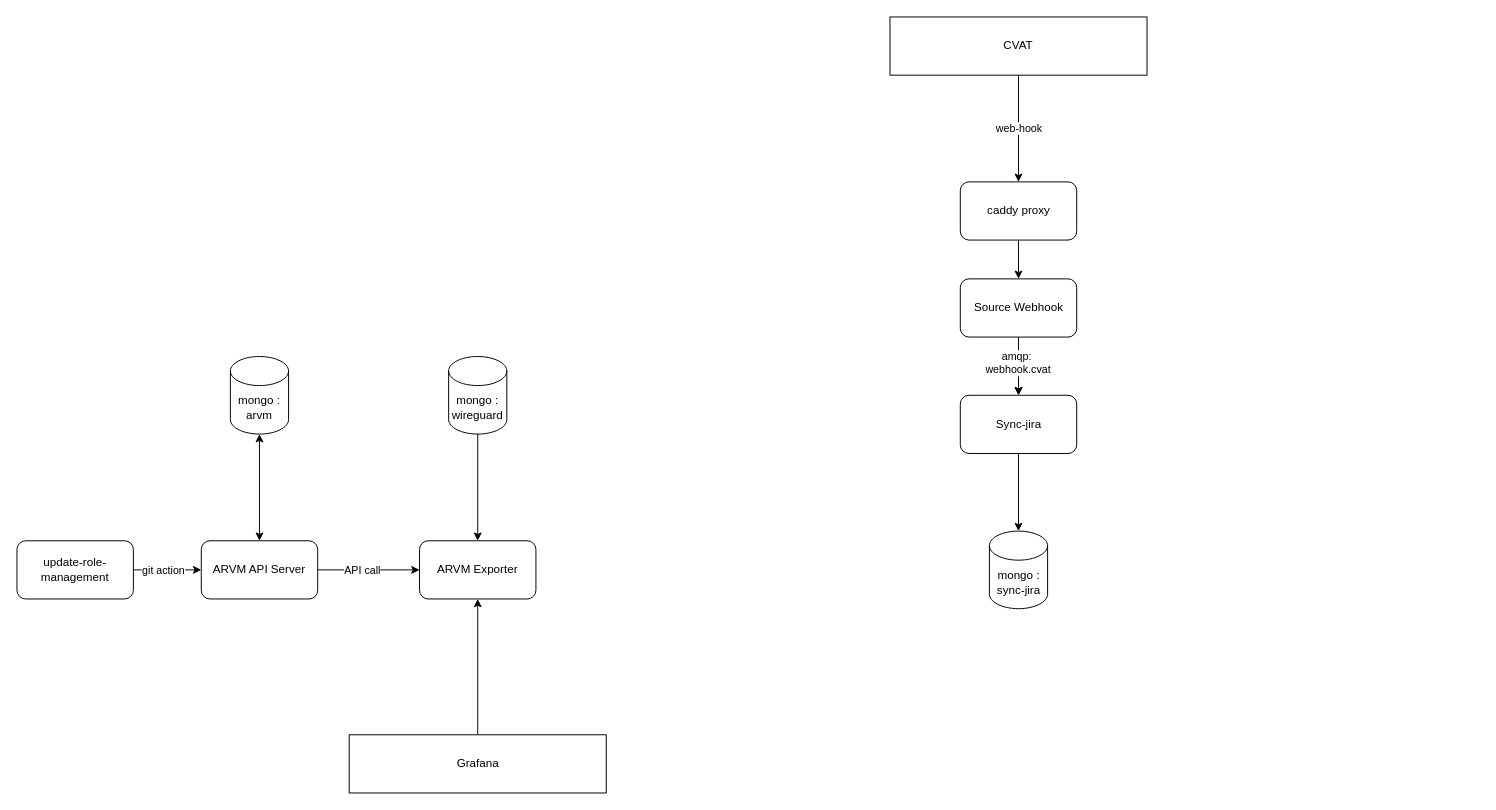
ChanYoungHan/EX.Materials keeps this draw.io diagram as page "Page-1" (1 of 2) of Untitled Diagram.drawio. Above is the earlier version. Source tidied: cells renumbered, new cells numbered last; positions are measured from the earlier drawing's top-left corner, leaving out a move shared by most shapes. Both pictures are drawn from the tidied source at 97%, with x=0, y=0 at pixel (16, 16).
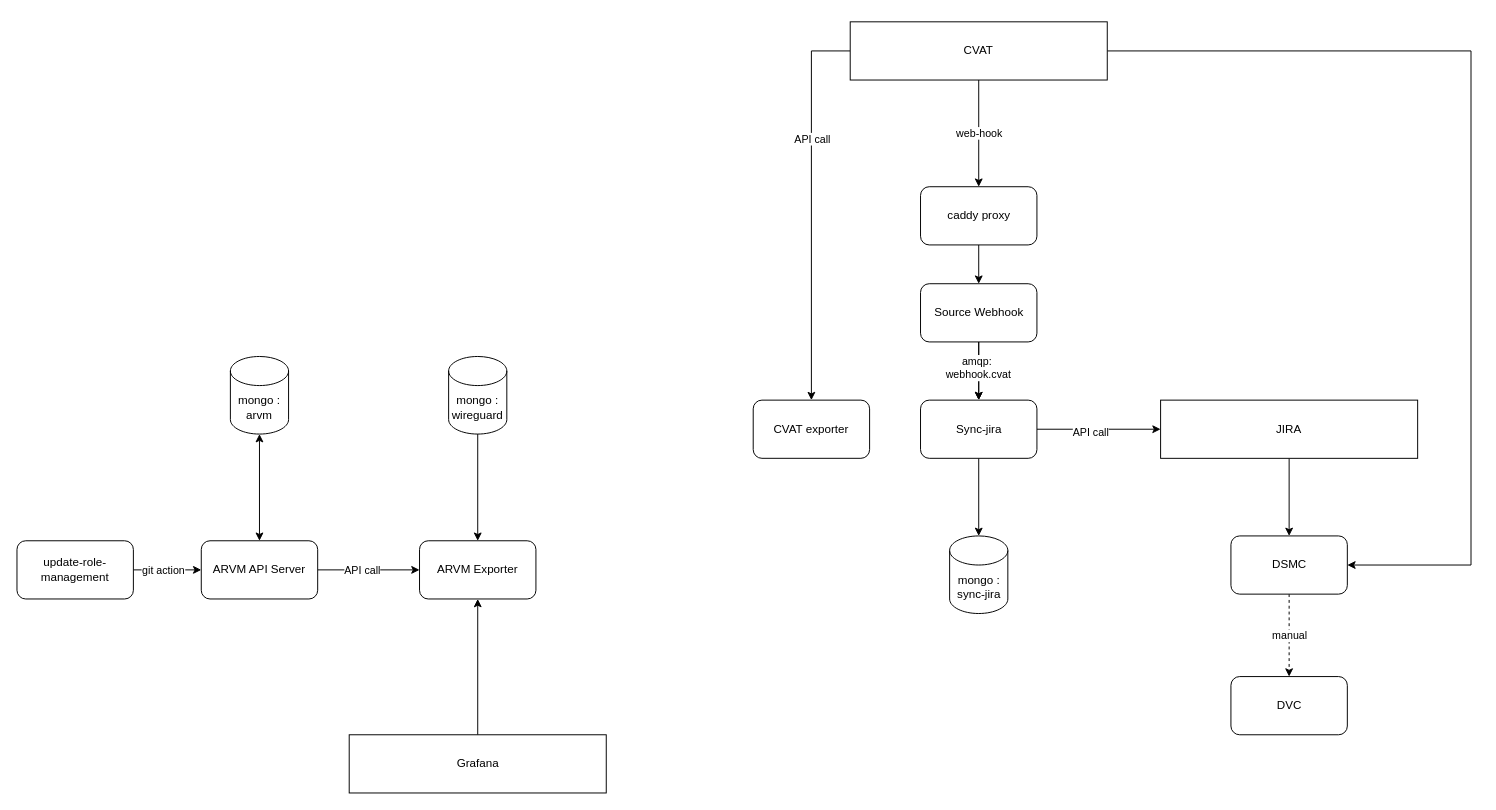
The same page after the edit.

Diff of the diagram source:
```diff
@@
     <mxCell id="15" value="Source Webhook" style="rounded=1;whiteSpace=wrap;html=1;" parent="1" vertex="1">
-      <mxGeometry x="972.5" y="270" width="120" height="60" as="geometry" />
+      <mxGeometry x="931.5" y="275" width="120" height="60" as="geometry" />
     </mxCell>
@@
     <mxCell id="17" value="caddy proxy" style="rounded=1;whiteSpace=wrap;html=1;" parent="1" vertex="1">
-      <mxGeometry x="972.5" y="170" width="120" height="60" as="geometry" />
+      <mxGeometry x="931.5" y="175" width="120" height="60" as="geometry" />
     </mxCell>
@@
+    <mxCell id="26" style="edgeStyle=orthogonalEdgeStyle;rounded=0;jettySize=auto;html=1;" parent="1" edge="1" source="19" target="32">
+      <mxGeometry relative="1" as="geometry" />
+    </mxCell>
+    <mxCell id="27" value="API call" style="edgeLabel;html=1;align=center;verticalAlign=middle;" parent="26" vertex="1">
+      <mxGeometry x="-0.13" y="-2" relative="1" as="geometry" />
+    </mxCell>
     <mxCell id="19" value="Sync-jira" style="rounded=1;whiteSpace=wrap;html=1;" parent="1" vertex="1">
-      <mxGeometry x="972.5" y="390" width="120" height="60" as="geometry" />
+      <mxGeometry x="931.5" y="395" width="120" height="60" as="geometry" />
     </mxCell>
@@
+    <mxCell id="28" style="edgeStyle=orthogonalEdgeStyle;rounded=0;jettySize=auto;html=1;exitX=1;exitY=0.5;exitDx=0;exitDy=0;entryX=1;entryY=0.5;entryDx=0;entryDy=0;" parent="1" edge="1" source="21" target="34">
+      <mxGeometry relative="1" as="geometry">
+        <Array as="points">
+          <mxPoint x="1499" y="35" />
+          <mxPoint x="1499" y="565" />
+        </Array>
+      </mxGeometry>
+    </mxCell>
+    <mxCell id="29" style="edgeStyle=orthogonalEdgeStyle;rounded=0;jettySize=auto;html=1;exitX=0;exitY=0.5;exitDx=0;exitDy=0;" parent="1" edge="1" source="21" target="36">
+      <mxGeometry relative="1" as="geometry" />
+    </mxCell>
+    <mxCell id="30" value="API call" style="edgeLabel;html=1;align=center;verticalAlign=middle;" parent="29" vertex="1">
+      <mxGeometry x="0.28" y="1" relative="1" as="geometry">
+        <mxPoint x="-1" y="-126" as="offset" />
+      </mxGeometry>
+    </mxCell>
     <mxCell id="21" value="CVAT" style="rounded=0;whiteSpace=wrap;html=1;" parent="1" vertex="1">
-      <mxGeometry x="900" width="265" height="60" as="geometry" />
+      <mxGeometry x="859" y="5" width="265" height="60" as="geometry" />
     </mxCell>
     <mxCell id="22" value="mongo : sync-jira" style="shape=cylinder3;whiteSpace=wrap;html=1;boundedLbl=1;backgroundOutline=1;size=15;" parent="1" vertex="1">
-      <mxGeometry x="1002.5" y="530" width="60" height="80" as="geometry" />
+      <mxGeometry x="961.5" y="535" width="60" height="80" as="geometry" />
     </mxCell>
@@
+    <mxCell id="31" style="edgeStyle=orthogonalEdgeStyle;rounded=0;jettySize=auto;html=1;" parent="1" edge="1" source="32" target="34">
+      <mxGeometry relative="1" as="geometry" />
+    </mxCell>
+    <mxCell id="32" value="JIRA" style="rounded=0;whiteSpace=wrap;html=1;" parent="1" vertex="1">
+      <mxGeometry x="1179" y="395" width="265" height="60" as="geometry" />
+    </mxCell>
+    <mxCell id="33" value="manual" style="edgeStyle=orthogonalEdgeStyle;rounded=0;jettySize=auto;html=1;dashed=1;" parent="1" edge="1" source="34" target="35">
+      <mxGeometry relative="1" as="geometry" />
+    </mxCell>
+    <mxCell id="34" value="DSMC" style="rounded=1;whiteSpace=wrap;html=1;" parent="1" vertex="1">
+      <mxGeometry x="1251.5" y="535" width="120" height="60" as="geometry" />
+    </mxCell>
+    <mxCell id="35" value="DVC" style="rounded=1;whiteSpace=wrap;html=1;" parent="1" vertex="1">
+      <mxGeometry x="1251.5" y="680" width="120" height="60" as="geometry" />
+    </mxCell>
+    <mxCell id="36" value="CVAT exporter" style="rounded=1;whiteSpace=wrap;html=1;" parent="1" vertex="1">
+      <mxGeometry x="759" y="395" width="120" height="60" as="geometry" />
+    </mxCell>
```
